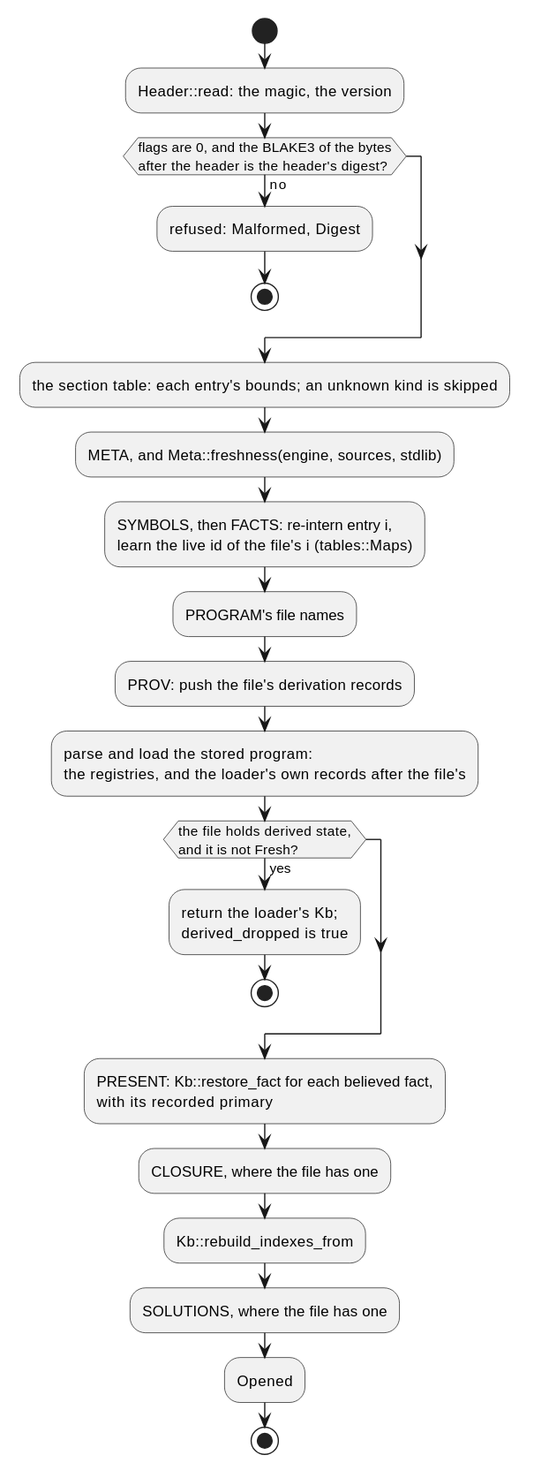
Earlier version of the PlantUML export docs/ein/ein.rs/03-design/diagrams/09-opening-a-container.svg (agutikov/ein). Its source is kept beside it as docs/ein/ein.rs/03-design/diagrams/09-opening-a-container.puml. Its diagram source:
```plantuml
@startuml
start
:Header::read: the magic, the version;
if (flags are 0, and the BLAKE3 of the bytes\nafter the header is the header's digest?) then (no)
  :refused: Malformed, Digest;
  stop
endif
:the section table: each entry's bounds; an unknown kind is skipped;
:META, and Meta::freshness(engine, sources, stdlib);
:SYMBOLS, then FACTS: re-intern entry i,\nlearn the live id of the file's i (tables::Maps);
:PROGRAM's file names;
:PROV: push the file's derivation records;
:parse and load the stored program:\nthe registries, and the loader's own records after the file's;
if (the file holds derived state,\nand it is not Fresh?) then (yes)
  :return the loader's Kb;\nderived_dropped is true;
  stop
endif
:PRESENT: Kb::restore_fact for each believed fact,\nwith its recorded primary;
:CLOSURE, where the file has one;
:Kb::rebuild_indexes_from;
:SOLUTIONS, where the file has one;
:Opened;
stop
@enduml
```
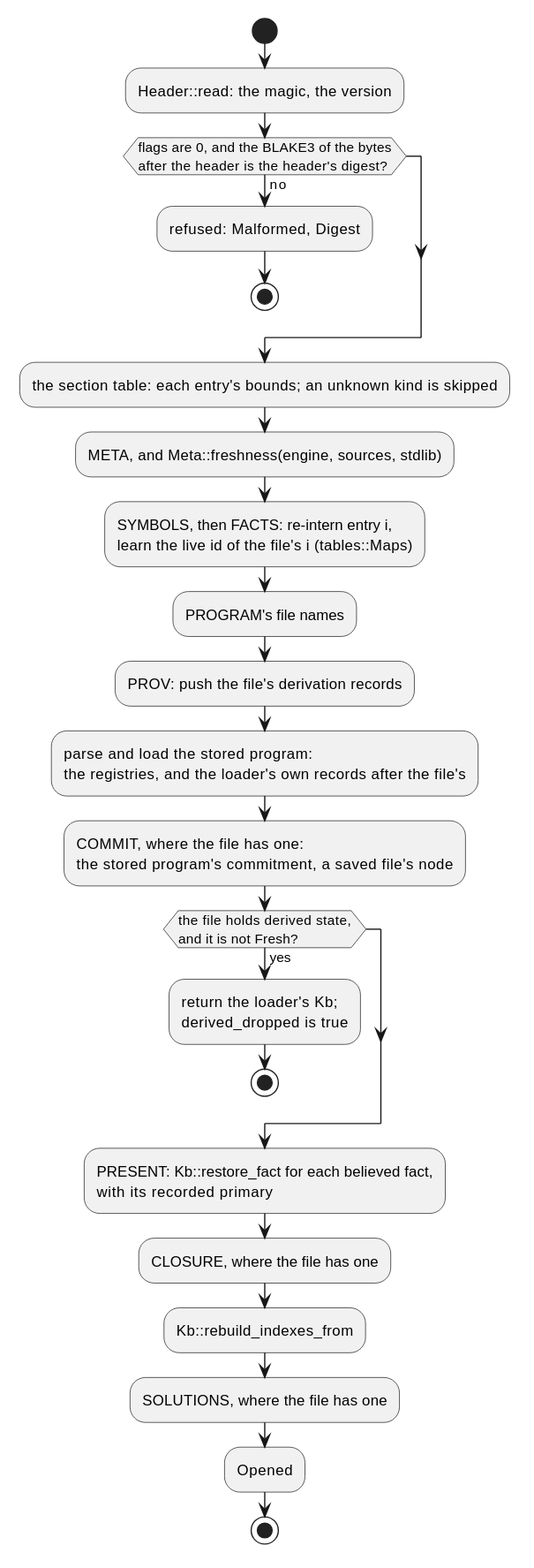
Above is the later version.

What changed in the source:
```diff
@@ -11,6 +11,7 @@
 :PROGRAM's file names;
 :PROV: push the file's derivation records;
 :parse and load the stored program:\nthe registries, and the loader's own records after the file's;
+:COMMIT, where the file has one:\nthe stored program's commitment, a saved file's node;
 if (the file holds derived state,\nand it is not Fresh?) then (yes)
   :return the loader's Kb;\nderived_dropped is true;
   stop
```
